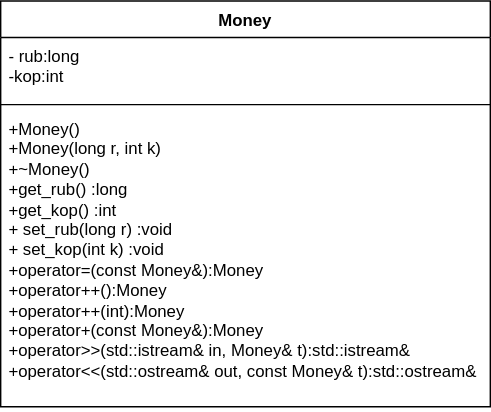
Before: Sem_2/Labs/CLASS_3/class3.drawio.svg, a diagram exported from draw.io (ksinph/PSTU_LABS_2023). Source tidied: cells renumbered, new cells last; positions are measured from the earlier drawing's top-left corner, leaving out a move shared by most shapes.
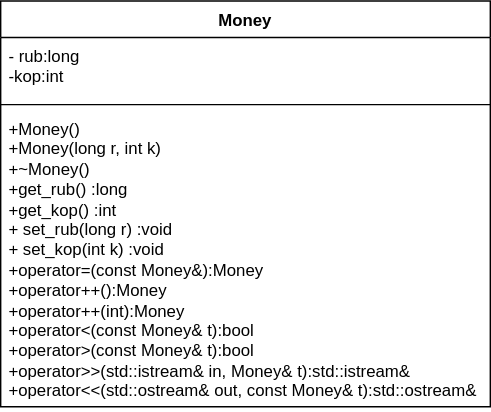
After the commit.

Change to the diagram source:
```diff
@@ -11,7 +11,7 @@
     <mxCell id="4" style="line;strokeWidth=1;fillColor=none;align=left;verticalAlign=middle;spacingTop=-1;spacingLeft=3;spacingRight=3;labelPosition=right;strokeColor=inherit;" parent="2" vertex="1">
       <mxGeometry y="70" width="350" height="8" as="geometry" />
     </mxCell>
-    <mxCell id="5" value="&lt;div&gt;+Money()&amp;nbsp;&lt;/div&gt;&lt;div&gt;&lt;span style=&quot;white-space: normal;&quot;&gt;+Money(long r, int k)&lt;/span&gt;&lt;/div&gt;&lt;div&gt;&lt;span style=&quot;white-space: normal;&quot;&gt;+~Money()&lt;/span&gt;&lt;/div&gt;&lt;div&gt;&lt;span style=&quot;white-space: normal;&quot;&gt;+get_rub() :&lt;/span&gt;&lt;span style=&quot;background-color: initial;&quot;&gt;long&lt;/span&gt;&lt;span style=&quot;background-color: initial;&quot;&gt;&amp;nbsp;&lt;/span&gt;&lt;/div&gt;&lt;div&gt;&lt;span style=&quot;white-space: normal;&quot;&gt;+get_kop() :&lt;/span&gt;&lt;span style=&quot;background-color: initial;&quot;&gt;int&lt;/span&gt;&lt;span style=&quot;background-color: initial;&quot;&gt;&amp;nbsp;&lt;/span&gt;&lt;/div&gt;&lt;div&gt;&lt;span style=&quot;white-space: normal;&quot;&gt;+ set_rub(long r) :&lt;/span&gt;&lt;span style=&quot;background-color: initial;&quot;&gt;void&lt;/span&gt;&lt;/div&gt;&lt;div&gt;&lt;span style=&quot;white-space: normal;&quot;&gt;+ set_kop(int k) :&lt;/span&gt;&lt;span style=&quot;background-color: initial;&quot;&gt;void&lt;/span&gt;&lt;/div&gt;&lt;div&gt;&lt;span style=&quot;white-space: normal;&quot;&gt;+operator=(const Money&amp;amp;):&lt;/span&gt;&lt;span style=&quot;background-color: initial;&quot;&gt;Money&lt;/span&gt;&lt;/div&gt;&lt;div&gt;&lt;span style=&quot;white-space: normal;&quot;&gt;+operator++():&lt;/span&gt;&lt;span style=&quot;background-color: initial;&quot;&gt;Money&lt;/span&gt;&lt;/div&gt;&lt;div&gt;&lt;span style=&quot;white-space: normal;&quot;&gt;+operator++(int):&lt;/span&gt;&lt;span style=&quot;background-color: initial;&quot;&gt;Money&lt;/span&gt;&lt;/div&gt;&lt;div&gt;&lt;span style=&quot;white-space: normal;&quot;&gt;+operator+(const Money&amp;amp;):&lt;/span&gt;&lt;span style=&quot;background-color: initial;&quot;&gt;Money&lt;/span&gt;&lt;/div&gt;&lt;div&gt;&lt;span style=&quot;white-space: normal;&quot;&gt;+operator&amp;gt;&amp;gt;(std::istream&amp;amp; in, Money&amp;amp; t):&lt;/span&gt;&lt;span style=&quot;background-color: initial;&quot;&gt;std::istream&amp;amp;&lt;/span&gt;&lt;/div&gt;&lt;div&gt;&lt;span style=&quot;white-space: normal;&quot;&gt;+operator&amp;lt;&amp;lt;(&lt;/span&gt;&lt;span style=&quot;background-color: initial;&quot;&gt;std::&lt;/span&gt;&lt;span style=&quot;background-color: initial;&quot;&gt;ostream&amp;amp; out, const Money&amp;amp; t):&lt;/span&gt;&lt;span style=&quot;background-color: initial;&quot;&gt;std::&lt;/span&gt;&lt;span style=&quot;background-color: initial;&quot;&gt;ostream&amp;amp;&lt;/span&gt;&lt;/div&gt;" style="text;strokeColor=none;fillColor=none;align=left;verticalAlign=top;spacingLeft=4;spacingRight=4;overflow=hidden;whiteSpace=wrap;html=1;" parent="2" vertex="1">
+    <mxCell id="5" value="&lt;div&gt;+Money()&amp;nbsp;&lt;/div&gt;&lt;div&gt;&lt;span style=&quot;white-space: normal;&quot;&gt;+Money(long r, int k)&lt;/span&gt;&lt;/div&gt;&lt;div&gt;&lt;span style=&quot;white-space: normal;&quot;&gt;+~Money()&lt;/span&gt;&lt;/div&gt;&lt;div&gt;&lt;span style=&quot;white-space: normal;&quot;&gt;+get_rub() :&lt;/span&gt;&lt;span style=&quot;background-color: initial;&quot;&gt;long&lt;/span&gt;&lt;span style=&quot;background-color: initial;&quot;&gt;&amp;nbsp;&lt;/span&gt;&lt;/div&gt;&lt;div&gt;&lt;span style=&quot;white-space: normal;&quot;&gt;+get_kop() :&lt;/span&gt;&lt;span style=&quot;background-color: initial;&quot;&gt;int&lt;/span&gt;&lt;span style=&quot;background-color: initial;&quot;&gt;&amp;nbsp;&lt;/span&gt;&lt;/div&gt;&lt;div&gt;&lt;span style=&quot;white-space: normal;&quot;&gt;+ set_rub(long r) :&lt;/span&gt;&lt;span style=&quot;background-color: initial;&quot;&gt;void&lt;/span&gt;&lt;/div&gt;&lt;div&gt;&lt;span style=&quot;white-space: normal;&quot;&gt;+ set_kop(int k) :&lt;/span&gt;&lt;span style=&quot;background-color: initial;&quot;&gt;void&lt;/span&gt;&lt;/div&gt;&lt;div&gt;&lt;span style=&quot;white-space: normal;&quot;&gt;+operator=(const Money&amp;amp;):&lt;/span&gt;&lt;span style=&quot;background-color: initial;&quot;&gt;Money&lt;/span&gt;&lt;/div&gt;&lt;div&gt;&lt;span style=&quot;white-space: normal;&quot;&gt;+operator++():&lt;/span&gt;&lt;span style=&quot;background-color: initial;&quot;&gt;Money&lt;/span&gt;&lt;/div&gt;&lt;div&gt;&lt;span style=&quot;white-space: normal;&quot;&gt;+operator++(int):&lt;/span&gt;&lt;span style=&quot;background-color: initial;&quot;&gt;Money&lt;/span&gt;&lt;/div&gt;&lt;div&gt;&lt;span style=&quot;white-space: normal;&quot;&gt;+&lt;/span&gt;&lt;span style=&quot;background-color: initial;&quot;&gt;operator&amp;lt;(const Money&amp;amp; t)&lt;/span&gt;&lt;span style=&quot;background-color: initial;&quot;&gt;:&lt;/span&gt;&lt;span style=&quot;background-color: initial;&quot;&gt;bool&lt;/span&gt;&lt;span style=&quot;background-color: initial;&quot;&gt;&amp;nbsp;&lt;/span&gt;&lt;/div&gt;&lt;div&gt;&lt;span style=&quot;white-space: normal;&quot;&gt;+operator&amp;gt;(const Money&amp;amp; t):&lt;/span&gt;&lt;span style=&quot;background-color: initial;&quot;&gt;bool&lt;/span&gt;&lt;span style=&quot;background-color: initial;&quot;&gt;&amp;nbsp;&lt;/span&gt;&lt;/div&gt;&lt;div&gt;&lt;span style=&quot;white-space: normal;&quot;&gt;+operator&amp;gt;&amp;gt;(std::istream&amp;amp; in, Money&amp;amp; t):&lt;/span&gt;&lt;span style=&quot;background-color: initial;&quot;&gt;std::istream&amp;amp;&lt;/span&gt;&lt;/div&gt;&lt;div&gt;&lt;span style=&quot;white-space: normal;&quot;&gt;+operator&amp;lt;&amp;lt;(&lt;/span&gt;&lt;span style=&quot;background-color: initial;&quot;&gt;std::&lt;/span&gt;&lt;span style=&quot;background-color: initial;&quot;&gt;ostream&amp;amp; out, const Money&amp;amp; t):&lt;/span&gt;&lt;span style=&quot;background-color: initial;&quot;&gt;std::&lt;/span&gt;&lt;span style=&quot;background-color: initial;&quot;&gt;ostream&amp;amp;&lt;/span&gt;&lt;/div&gt;" style="text;strokeColor=none;fillColor=none;align=left;verticalAlign=top;spacingLeft=4;spacingRight=4;overflow=hidden;whiteSpace=wrap;html=1;" parent="2" vertex="1">
       <mxGeometry y="78" width="350" height="212" as="geometry" />
     </mxCell>
   </root>
```
